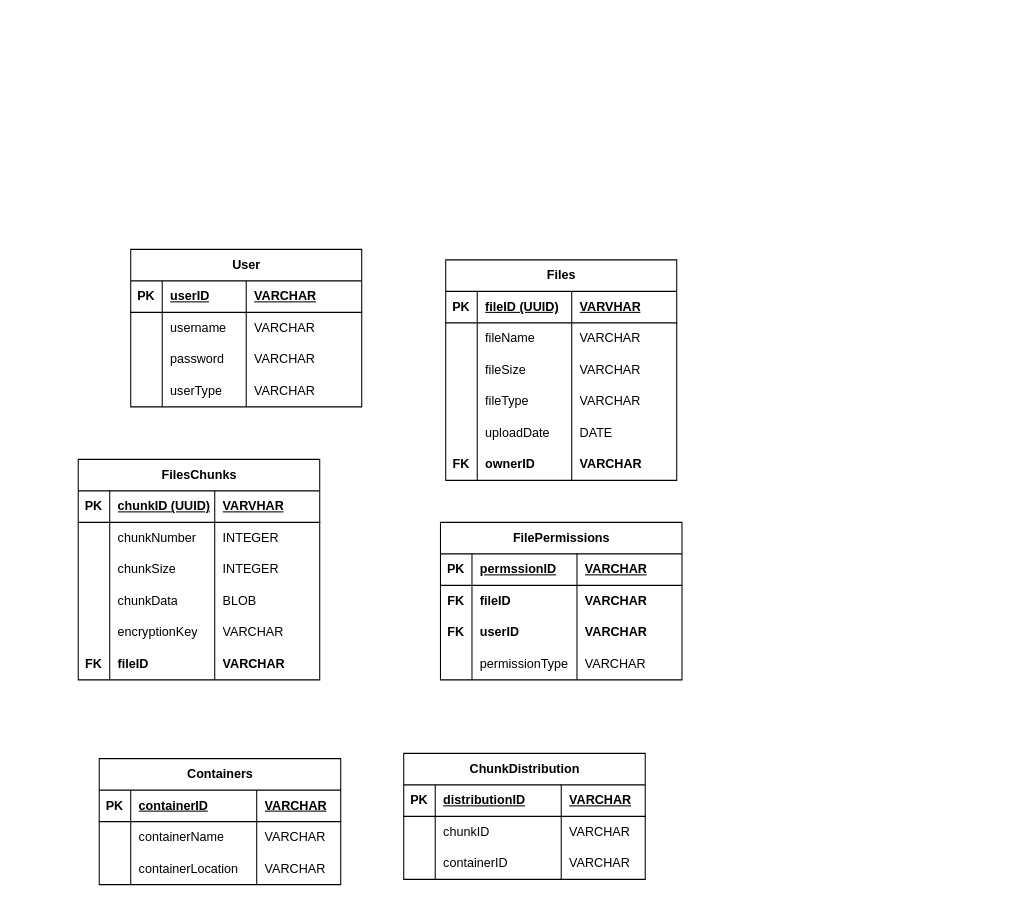
AnjeloM/AnjeloM keeps this draw.io diagram as CWK ER-Diagram.drawio. Above is the earlier version. Source tidied: cells renumbered, new cells numbered last; positions are measured from the earlier drawing's top-left corner, leaving out a move shared by most shapes. Both pictures are drawn from the tidied source at 105%, with x=0, y=0 at pixel (78, 249).
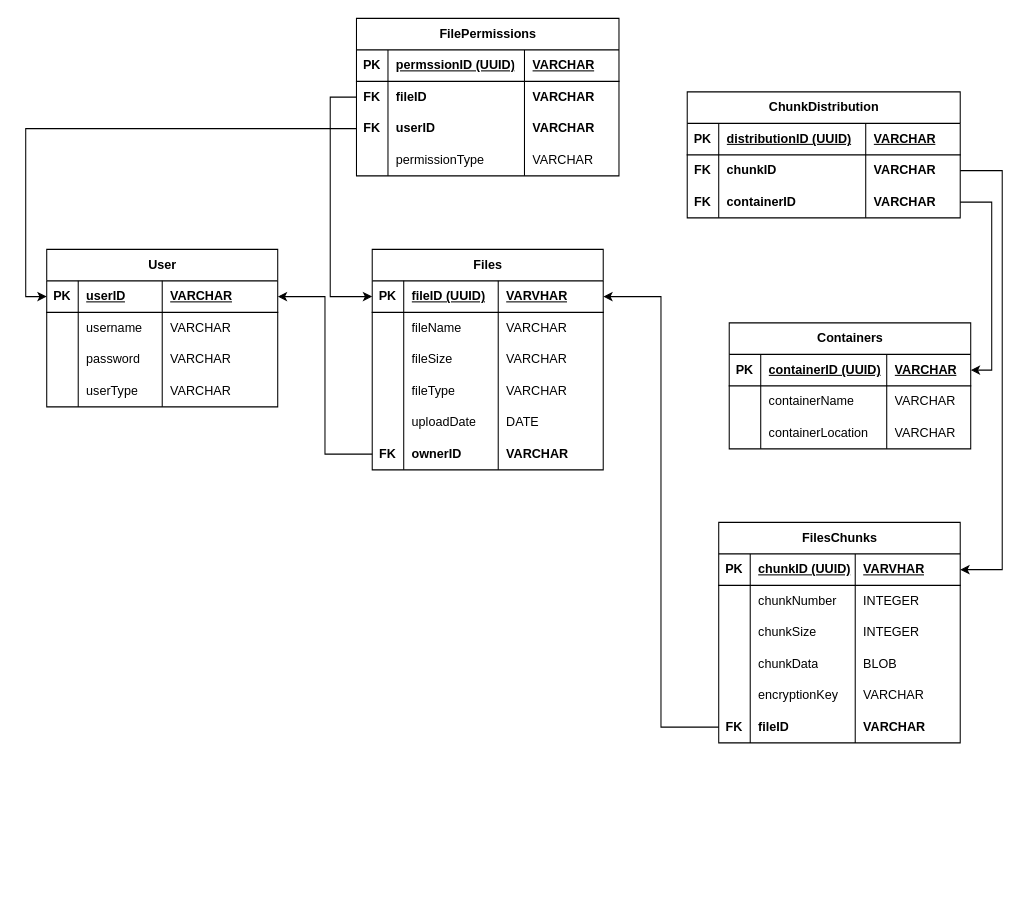
The same diagram, later.

Unchanged cells that the change refers to:
```xml
<mxCell id="3" style="shape=tableRow;horizontal=0;startSize=0;swimlaneHead=0;swimlaneBody=0;fillColor=none;points=[[0,0.5],[1,0.5]];portConstraint=eastwest;top=0;left=0;right=0;bottom=1;" parent="2" vertex="1">
  <mxGeometry y="30" width="220" height="30" as="geometry" />
</mxCell>
<mxCell id="20" style="shape=tableRow;horizontal=0;startSize=0;swimlaneHead=0;swimlaneBody=0;fillColor=none;points=[[0,0.5],[1,0.5]];portConstraint=eastwest;top=0;left=0;right=0;bottom=1;" parent="19" vertex="1">
  <mxGeometry y="30" width="220" height="30" as="geometry" />
</mxCell>
<mxCell id="40" style="shape=tableRow;horizontal=0;startSize=0;swimlaneHead=0;swimlaneBody=0;fillColor=none;points=[[0,0.5],[1,0.5]];portConstraint=eastwest;top=0;left=0;right=0;bottom=0;" parent="19" vertex="1">
  <mxGeometry y="180" width="220" height="30" as="geometry" />
</mxCell>
<mxCell id="45" style="shape=tableRow;horizontal=0;startSize=0;swimlaneHead=0;swimlaneBody=0;fillColor=none;points=[[0,0.5],[1,0.5]];portConstraint=eastwest;top=0;left=0;right=0;bottom=1;" parent="44" vertex="1">
  <mxGeometry y="30" width="230" height="30" as="geometry" />
</mxCell>
<mxCell id="65" style="shape=tableRow;horizontal=0;startSize=0;swimlaneHead=0;swimlaneBody=0;fillColor=none;points=[[0,0.5],[1,0.5]];portConstraint=eastwest;top=0;left=0;right=0;bottom=0;" parent="44" vertex="1">
  <mxGeometry y="180" width="230" height="30" as="geometry" />
</mxCell>
<mxCell id="87" style="shape=tableRow;horizontal=0;startSize=0;swimlaneHead=0;swimlaneBody=0;fillColor=none;points=[[0,0.5],[1,0.5]];portConstraint=eastwest;top=0;left=0;right=0;bottom=1;" parent="86" vertex="1">
  <mxGeometry y="30" width="230" height="30" as="geometry" />
</mxCell>
```

What changed in the source:
```diff
@@
     <mxCell id="2" value="User" style="shape=table;startSize=30;childLayout=tableLayout;rowLines=0;fontStyle=1;align=center;html=1;" parent="1" vertex="1">
-      <mxGeometry x="50" width="220" height="150" as="geometry" />
+      <mxGeometry x="-30" width="220" height="150" as="geometry" />
     </mxCell>
@@
     <mxCell id="19" value="Files" style="shape=table;startSize=30;childLayout=tableLayout;rowLines=0;fontStyle=1;align=center;html=1;" parent="1" vertex="1">
-      <mxGeometry x="350" y="10" width="220" height="210" as="geometry" />
+      <mxGeometry x="280" width="220" height="210" as="geometry" />
     </mxCell>
@@
     <mxCell id="44" value="FilesChunks" style="shape=table;startSize=30;childLayout=tableLayout;rowLines=0;fontStyle=1;align=center;html=1;" parent="1" vertex="1">
-      <mxGeometry y="200" width="230" height="210" as="geometry" />
+      <mxGeometry x="610" y="260" width="230" height="210" as="geometry" />
     </mxCell>
@@
+    <mxCell id="112" style="edgeStyle=orthogonalEdgeStyle;rounded=0;jettySize=auto;html=1;entryX=0;entryY=0.5;entryDx=0;entryDy=0;" parent="1" edge="1" source="69" target="20">
+      <mxGeometry relative="1" as="geometry">
+        <Array as="points">
+          <mxPoint x="240" y="-145" />
+          <mxPoint x="240" y="45" />
+        </Array>
+      </mxGeometry>
+    </mxCell>
     <mxCell id="69" value="FilePermissions" style="shape=table;startSize=30;childLayout=tableLayout;rowLines=0;fontStyle=1;align=center;html=1;" parent="1" vertex="1">
-      <mxGeometry x="345" y="260" width="230" height="150" as="geometry" />
+      <mxGeometry x="265" y="-220" width="250" height="150" as="geometry" />
     </mxCell>
     <mxCell id="70" style="shape=tableRow;horizontal=0;startSize=0;swimlaneHead=0;swimlaneBody=0;fillColor=none;top=0;left=0;right=0;bottom=1;" parent="69" vertex="1">
-      <mxGeometry y="30" width="230" height="30" as="geometry" />
+      <mxGeometry y="30" width="250" height="30" as="geometry" />
     </mxCell>
@@
-    <mxCell id="72" value="permssionID" style="shape=partialRectangle;fillColor=none;top=0;left=0;bottom=0;right=0;align=left;spacingLeft=6;fontStyle=5;overflow=hidden;whiteSpace=wrap;html=1;" parent="70" vertex="1">
-      <mxGeometry x="30" width="100" height="30" as="geometry" />
+    <mxCell id="72" value="permssionID (UUID)" style="shape=partialRectangle;fillColor=none;top=0;left=0;bottom=0;right=0;align=left;spacingLeft=6;fontStyle=5;overflow=hidden;whiteSpace=wrap;html=1;" parent="70" vertex="1">
+      <mxGeometry x="30" width="130" height="30" as="geometry" />
     </mxCell>
     <mxCell id="73" value="VARCHAR" style="shape=partialRectangle;fillColor=none;top=0;left=0;bottom=0;right=0;align=left;spacingLeft=6;fontStyle=5;overflow=hidden;whiteSpace=wrap;html=1;" parent="70" vertex="1">
-      <mxGeometry x="130" width="100" height="30" as="geometry" />
+      <mxGeometry x="160" width="90" height="30" as="geometry" />
     </mxCell>
     <mxCell id="74" style="shape=tableRow;horizontal=0;startSize=0;swimlaneHead=0;swimlaneBody=0;fillColor=none;top=0;left=0;right=0;bottom=0;" parent="69" vertex="1">
-      <mxGeometry y="60" width="230" height="30" as="geometry" />
+      <mxGeometry y="60" width="250" height="30" as="geometry" />
     </mxCell>
@@
     <mxCell id="76" value="fileID" style="shape=partialRectangle;fillColor=none;top=0;left=0;bottom=0;right=0;align=left;spacingLeft=6;overflow=hidden;whiteSpace=wrap;html=1;fontStyle=1;" parent="74" vertex="1">
-      <mxGeometry x="30" width="100" height="30" as="geometry" />
+      <mxGeometry x="30" width="130" height="30" as="geometry" />
     </mxCell>
     <mxCell id="77" value="VARCHAR" style="shape=partialRectangle;fillColor=none;top=0;left=0;bottom=0;right=0;align=left;spacingLeft=6;overflow=hidden;whiteSpace=wrap;html=1;fontStyle=1;" parent="74" vertex="1">
-      <mxGeometry x="130" width="100" height="30" as="geometry" />
+      <mxGeometry x="160" width="90" height="30" as="geometry" />
     </mxCell>
     <mxCell id="78" style="shape=tableRow;horizontal=0;startSize=0;swimlaneHead=0;swimlaneBody=0;fillColor=none;points=[[0,0.5],[1,0.5]];portConstraint=eastwest;top=0;left=0;right=0;bottom=0;" parent="69" vertex="1">
-      <mxGeometry y="90" width="230" height="30" as="geometry" />
+      <mxGeometry y="90" width="250" height="30" as="geometry" />
     </mxCell>
@@
     <mxCell id="80" value="userID" style="shape=partialRectangle;fillColor=none;top=0;left=0;bottom=0;right=0;align=left;spacingLeft=6;overflow=hidden;whiteSpace=wrap;html=1;fontStyle=1;" parent="78" vertex="1">
-      <mxGeometry x="30" width="100" height="30" as="geometry" />
+      <mxGeometry x="30" width="130" height="30" as="geometry" />
     </mxCell>
     <mxCell id="81" value="VARCHAR" style="shape=partialRectangle;fillColor=none;top=0;left=0;bottom=0;right=0;align=left;spacingLeft=6;overflow=hidden;whiteSpace=wrap;html=1;fontStyle=1;" parent="78" vertex="1">
-      <mxGeometry x="130" width="100" height="30" as="geometry" />
+      <mxGeometry x="160" width="90" height="30" as="geometry" />
     </mxCell>
     <mxCell id="82" style="shape=tableRow;horizontal=0;startSize=0;swimlaneHead=0;swimlaneBody=0;fillColor=none;top=0;left=0;right=0;bottom=0;" parent="69" vertex="1">
-      <mxGeometry y="120" width="230" height="30" as="geometry" />
+      <mxGeometry y="120" width="250" height="30" as="geometry" />
     </mxCell>
@@
     <mxCell id="84" value="permissionType" style="shape=partialRectangle;fillColor=none;top=0;left=0;bottom=0;right=0;align=left;spacingLeft=6;overflow=hidden;whiteSpace=wrap;html=1;" parent="82" vertex="1">
-      <mxGeometry x="30" width="100" height="30" as="geometry" />
+      <mxGeometry x="30" width="130" height="30" as="geometry" />
     </mxCell>
     <mxCell id="85" value="VARCHAR" style="shape=partialRectangle;fillColor=none;top=0;left=0;bottom=0;right=0;align=left;spacingLeft=6;overflow=hidden;whiteSpace=wrap;html=1;" parent="82" vertex="1">
-      <mxGeometry x="130" width="100" height="30" as="geometry" />
+      <mxGeometry x="160" width="90" height="30" as="geometry" />
     </mxCell>
     <mxCell id="86" value="Containers" style="shape=table;startSize=30;childLayout=tableLayout;rowLines=0;fontStyle=1;align=center;html=1;" parent="1" vertex="1">
-      <mxGeometry x="20" y="485" width="230" height="120" as="geometry" />
+      <mxGeometry x="620" y="70" width="230" height="120" as="geometry" />
     </mxCell>
@@
-    <mxCell id="89" value="containerID" style="shape=partialRectangle;fillColor=none;top=0;left=0;bottom=0;right=0;align=left;spacingLeft=6;fontStyle=5;overflow=hidden;whiteSpace=wrap;html=1;" parent="87" vertex="1">
+    <mxCell id="89" value="containerID (UUID)" style="shape=partialRectangle;fillColor=none;top=0;left=0;bottom=0;right=0;align=left;spacingLeft=6;fontStyle=5;overflow=hidden;whiteSpace=wrap;html=1;" parent="87" vertex="1">
       <mxGeometry x="30" width="120" height="30" as="geometry" />
     </mxCell>
@@
     <mxCell id="99" value="ChunkDistribution" style="shape=table;startSize=30;childLayout=tableLayout;rowLines=0;fontStyle=1;align=center;html=1;" parent="1" vertex="1">
-      <mxGeometry x="310" y="480" width="230" height="120" as="geometry" />
+      <mxGeometry x="580" y="-150" width="260" height="120" as="geometry" />
     </mxCell>
     <mxCell id="100" style="shape=tableRow;horizontal=0;startSize=0;swimlaneHead=0;swimlaneBody=0;fillColor=none;top=0;left=0;right=0;bottom=1;" parent="99" vertex="1">
-      <mxGeometry y="30" width="230" height="30" as="geometry" />
+      <mxGeometry y="30" width="260" height="30" as="geometry" />
     </mxCell>
@@
-    <mxCell id="102" value="distributionID" style="shape=partialRectangle;fillColor=none;top=0;left=0;bottom=0;right=0;align=left;spacingLeft=6;fontStyle=5;overflow=hidden;whiteSpace=wrap;html=1;" parent="100" vertex="1">
-      <mxGeometry x="30" width="120" height="30" as="geometry" />
+    <mxCell id="102" value="distributionID (UUID)" style="shape=partialRectangle;fillColor=none;top=0;left=0;bottom=0;right=0;align=left;spacingLeft=6;fontStyle=5;overflow=hidden;whiteSpace=wrap;html=1;" parent="100" vertex="1">
+      <mxGeometry x="30" width="140" height="30" as="geometry" />
     </mxCell>
     <mxCell id="103" value="VARCHAR" style="shape=partialRectangle;fillColor=none;top=0;left=0;bottom=0;right=0;align=left;spacingLeft=6;fontStyle=5;overflow=hidden;whiteSpace=wrap;html=1;" parent="100" vertex="1">
-      <mxGeometry x="150" width="80" height="30" as="geometry" />
+      <mxGeometry x="170" width="90" height="30" as="geometry" />
     </mxCell>
     <mxCell id="104" style="shape=tableRow;horizontal=0;startSize=0;swimlaneHead=0;swimlaneBody=0;fillColor=none;points=[[0,0.5],[1,0.5]];portConstraint=eastwest;top=0;left=0;right=0;bottom=0;" parent="99" vertex="1">
-      <mxGeometry y="60" width="230" height="30" as="geometry" />
+      <mxGeometry y="60" width="260" height="30" as="geometry" />
     </mxCell>
-    <mxCell id="105" style="shape=partialRectangle;fillColor=none;top=0;left=0;bottom=0;right=0;overflow=hidden;whiteSpace=wrap;html=1;fontStyle=1;" parent="104" vertex="1">
+    <mxCell id="105" value="FK" style="shape=partialRectangle;fillColor=none;top=0;left=0;bottom=0;right=0;overflow=hidden;whiteSpace=wrap;html=1;fontStyle=1;" parent="104" vertex="1">
       <mxGeometry width="30" height="30" as="geometry" />
     </mxCell>
-    <mxCell id="106" value="chunkID" style="shape=partialRectangle;fillColor=none;top=0;left=0;bottom=0;right=0;align=left;spacingLeft=6;overflow=hidden;whiteSpace=wrap;html=1;fontStyle=0;" parent="104" vertex="1">
-      <mxGeometry x="30" width="120" height="30" as="geometry" />
+    <mxCell id="106" value="chunkID" style="shape=partialRectangle;fillColor=none;top=0;left=0;bottom=0;right=0;align=left;spacingLeft=6;overflow=hidden;whiteSpace=wrap;html=1;fontStyle=1;" parent="104" vertex="1">
+      <mxGeometry x="30" width="140" height="30" as="geometry" />
     </mxCell>
-    <mxCell id="107" value="VARCHAR" style="shape=partialRectangle;fillColor=none;top=0;left=0;bottom=0;right=0;align=left;spacingLeft=6;overflow=hidden;whiteSpace=wrap;html=1;fontStyle=0;" parent="104" vertex="1">
-      <mxGeometry x="150" width="80" height="30" as="geometry" />
+    <mxCell id="107" value="VARCHAR" style="shape=partialRectangle;fillColor=none;top=0;left=0;bottom=0;right=0;align=left;spacingLeft=6;overflow=hidden;whiteSpace=wrap;html=1;fontStyle=1;" parent="104" vertex="1">
+      <mxGeometry x="170" width="90" height="30" as="geometry" />
     </mxCell>
     <mxCell id="108" style="shape=tableRow;horizontal=0;startSize=0;swimlaneHead=0;swimlaneBody=0;fillColor=none;points=[[0,0.5],[1,0.5]];portConstraint=eastwest;top=0;left=0;right=0;bottom=0;" parent="99" vertex="1">
-      <mxGeometry y="90" width="230" height="30" as="geometry" />
+      <mxGeometry y="90" width="260" height="30" as="geometry" />
     </mxCell>
-    <mxCell id="109" style="shape=partialRectangle;fillColor=none;top=0;left=0;bottom=0;right=0;overflow=hidden;whiteSpace=wrap;html=1;fontStyle=1;" parent="108" vertex="1">
+    <mxCell id="109" value="FK" style="shape=partialRectangle;fillColor=none;top=0;left=0;bottom=0;right=0;overflow=hidden;whiteSpace=wrap;html=1;fontStyle=1;" parent="108" vertex="1">
       <mxGeometry width="30" height="30" as="geometry" />
     </mxCell>
-    <mxCell id="110" value="containerID" style="shape=partialRectangle;fillColor=none;top=0;left=0;bottom=0;right=0;align=left;spacingLeft=6;overflow=hidden;whiteSpace=wrap;html=1;fontStyle=0;" parent="108" vertex="1">
-      <mxGeometry x="30" width="120" height="30" as="geometry" />
+    <mxCell id="110" value="containerID" style="shape=partialRectangle;fillColor=none;top=0;left=0;bottom=0;right=0;align=left;spacingLeft=6;overflow=hidden;whiteSpace=wrap;html=1;fontStyle=1;" parent="108" vertex="1">
+      <mxGeometry x="30" width="140" height="30" as="geometry" />
     </mxCell>
-    <mxCell id="111" value="VARCHAR" style="shape=partialRectangle;fillColor=none;top=0;left=0;bottom=0;right=0;align=left;spacingLeft=6;overflow=hidden;whiteSpace=wrap;html=1;fontStyle=0;" parent="108" vertex="1">
-      <mxGeometry x="150" width="80" height="30" as="geometry" />
+    <mxCell id="111" value="VARCHAR" style="shape=partialRectangle;fillColor=none;top=0;left=0;bottom=0;right=0;align=left;spacingLeft=6;overflow=hidden;whiteSpace=wrap;html=1;fontStyle=1;" parent="108" vertex="1">
+      <mxGeometry x="170" width="90" height="30" as="geometry" />
     </mxCell>
+    <mxCell id="113" style="edgeStyle=orthogonalEdgeStyle;rounded=0;jettySize=auto;html=1;entryX=1;entryY=0.5;entryDx=0;entryDy=0;" parent="1" edge="1" source="40" target="3">
+      <mxGeometry relative="1" as="geometry" />
+    </mxCell>
+    <mxCell id="114" style="edgeStyle=orthogonalEdgeStyle;rounded=0;jettySize=auto;html=1;entryX=1;entryY=0.5;entryDx=0;entryDy=0;" parent="1" edge="1" source="65" target="20">
+      <mxGeometry relative="1" as="geometry" />
+    </mxCell>
+    <mxCell id="115" style="edgeStyle=orthogonalEdgeStyle;rounded=0;jettySize=auto;html=1;entryX=1;entryY=0.5;entryDx=0;entryDy=0;" parent="1" edge="1" source="108" target="87">
+      <mxGeometry relative="1" as="geometry" />
+    </mxCell>
+    <mxCell id="116" style="edgeStyle=orthogonalEdgeStyle;rounded=0;jettySize=auto;html=1;entryX=1;entryY=0.5;entryDx=0;entryDy=0;" parent="1" edge="1" source="104" target="45">
+      <mxGeometry relative="1" as="geometry">
+        <Array as="points">
+          <mxPoint x="880" y="-75" />
+          <mxPoint x="880" y="305" />
+        </Array>
+      </mxGeometry>
+    </mxCell>
+    <mxCell id="117" style="edgeStyle=orthogonalEdgeStyle;rounded=0;jettySize=auto;html=1;entryX=0;entryY=0.5;entryDx=0;entryDy=0;" parent="1" edge="1" source="78" target="3">
+      <mxGeometry relative="1" as="geometry" />
+    </mxCell>
```
